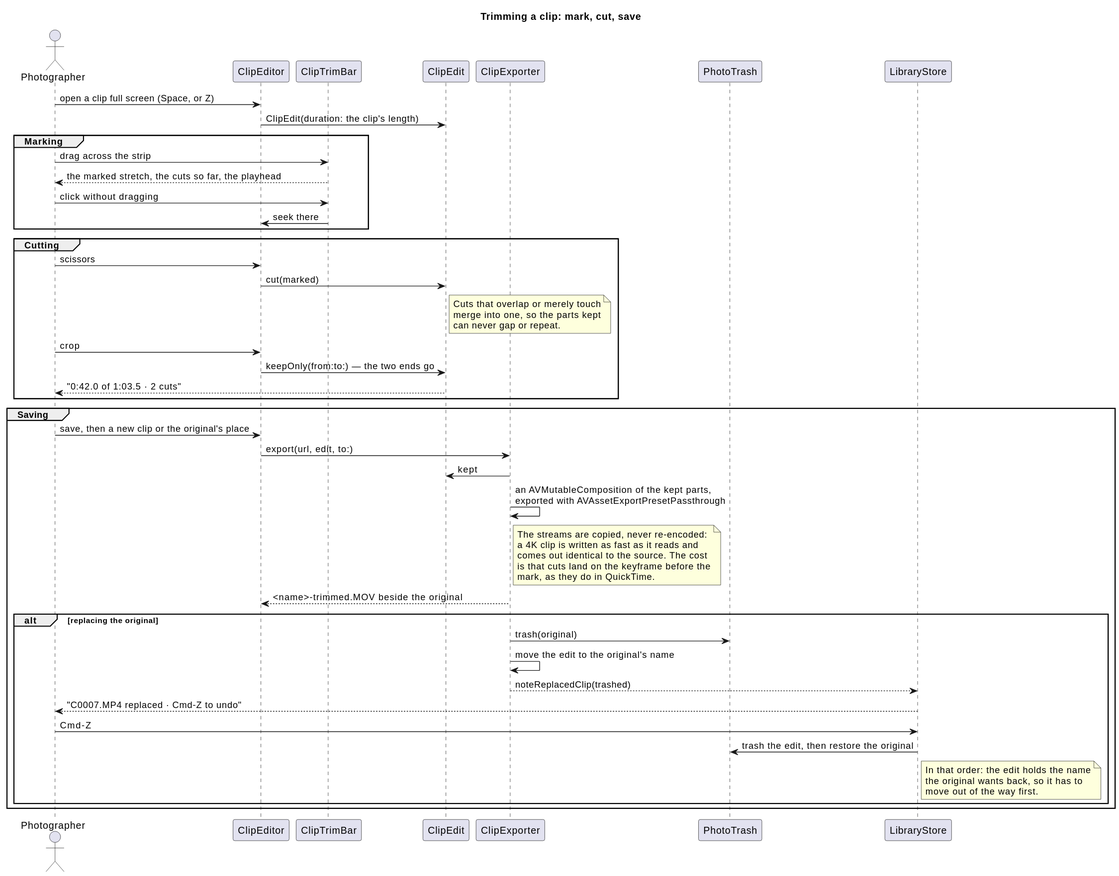
This is docs/diagrams/trim-clip.svg from elcozy/culldash, a PlantUML export, as it was before one commit. Its diagram source:
```plantuml
@startuml
title Trimming a clip: mark, cut, save
actor Photographer as P
participant ClipEditor as Editor
participant ClipTrimBar as Bar
participant ClipEdit as Edit
participant ClipExporter as Exporter
participant PhotoTrash as Trash
participant LibraryStore as Store

P -> Editor: open a clip full screen (Space, or Z)
Editor -> Edit: ClipEdit(duration: the clip's length)

group Marking
  P -> Bar: drag across the strip
  Bar --> P: the marked stretch, the cuts so far, the playhead
  P -> Bar: click without dragging
  Bar -> Editor: seek there
end

group Cutting
  P -> Editor: scissors
  Editor -> Edit: cut(marked)
  note right of Edit
    Cuts that overlap or merely touch
    merge into one, so the parts kept
    can never gap or repeat.
  end note
  P -> Editor: crop
  Editor -> Edit: keepOnly(from:to:) — the two ends go
  Edit --> P: "0:42.0 of 1:03.5 · 2 cuts"
end

group Saving
  P -> Editor: save, then a new clip or the original's place
  Editor -> Exporter: export(url, edit, to:)
  Exporter -> Edit: kept
  Exporter -> Exporter: an AVMutableComposition of the kept parts,\nexported with AVAssetExportPresetPassthrough
  note right of Exporter
    The streams are copied, never re-encoded:
    a 4K clip is written as fast as it reads and
    comes out identical to the source. The cost
    is that cuts land on the keyframe before the
    mark, as they do in QuickTime.
  end note
  Exporter --> Editor: <name>-trimmed.MOV beside the original

  alt replacing the original
    Exporter -> Trash: trash(original)
    Exporter -> Exporter: move the edit to the original's name
    Exporter --> Store: noteReplacedClip(trashed)
    Store --> P: "C0007.MP4 replaced · Cmd-Z to undo"
    P -> Store: Cmd-Z
    Store -> Trash: trash the edit, then restore the original
    note right of Store
      In that order: the edit holds the name
      the original wants back, so it has to
      move out of the way first.
    end note
  end
end
@enduml
```
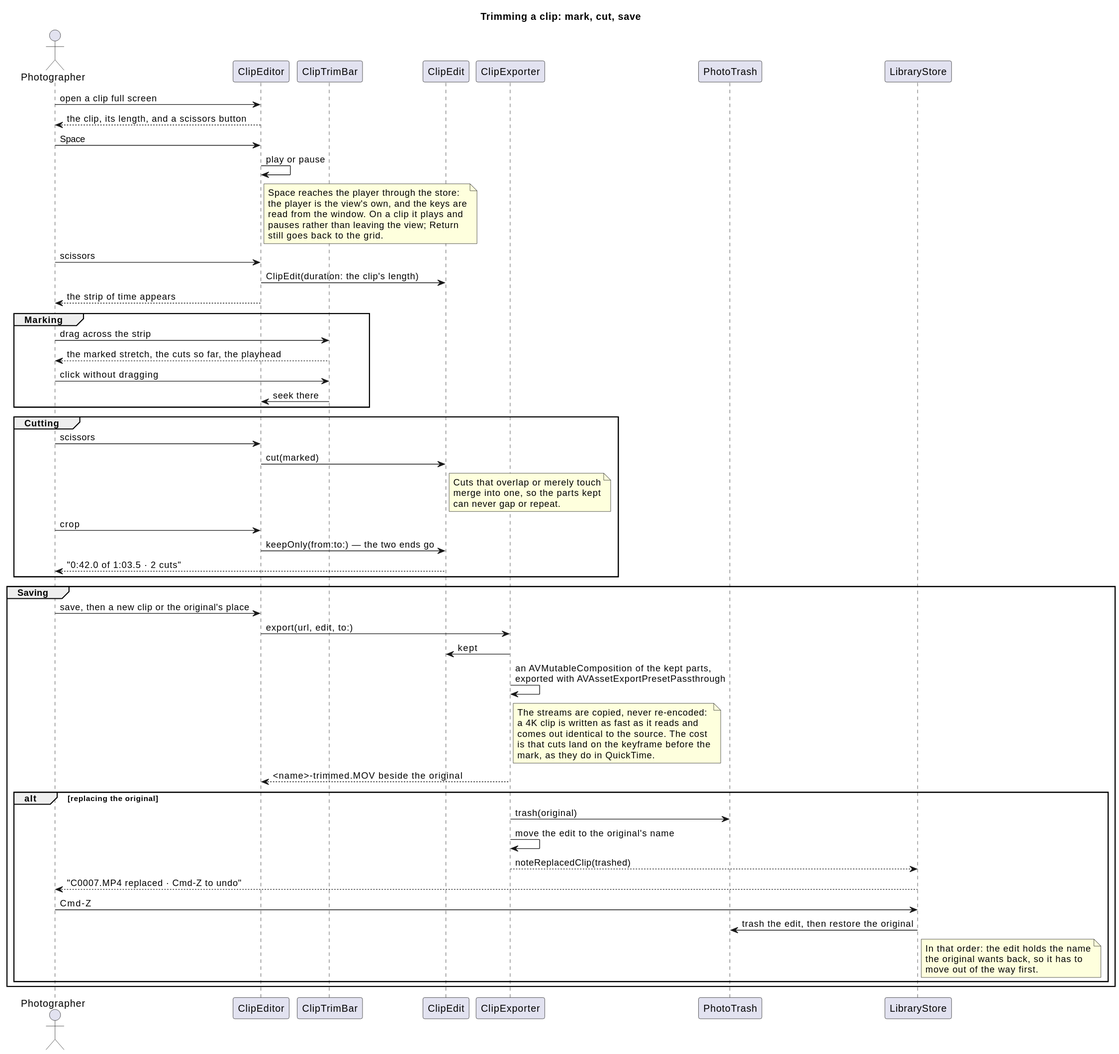
After the change.

Commit message:
Keep the trim strip out of the way, and give Space to the clip

Change to the diagram source:
```diff
@@ -8,8 +8,21 @@
 participant PhotoTrash as Trash
 participant LibraryStore as Store
 
-P -> Editor: open a clip full screen (Space, or Z)
+P -> Editor: open a clip full screen
+Editor --> P: the clip, its length, and a scissors button
+P -> Editor: Space
+Editor -> Editor: play or pause
+note right of Editor
+  Space reaches the player through the store:
+  the player is the view's own, and the keys are
+  read from the window. On a clip it plays and
+  pauses rather than leaving the view; Return
+  still goes back to the grid.
+end note
+
+P -> Editor: scissors
 Editor -> Edit: ClipEdit(duration: the clip's length)
+Editor --> P: the strip of time appears
 
 group Marking
   P -> Bar: drag across the strip
```
